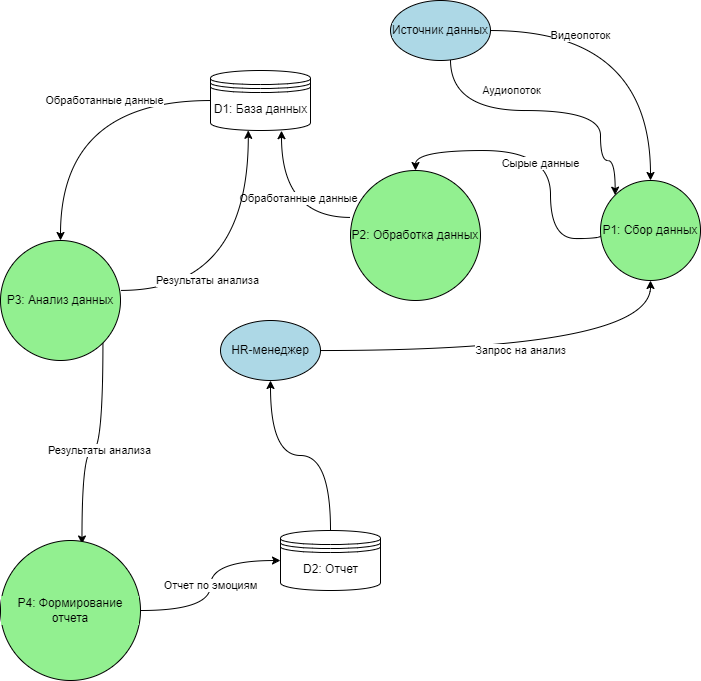
This is вкр/DFD/DFD.png from Hetsunya/diplom, a draw.io export, as it was before one commit. Source tidied: cells renumbered, new cells last; positions are measured from the earlier drawing's top-left corner, leaving out a move shared by most shapes.
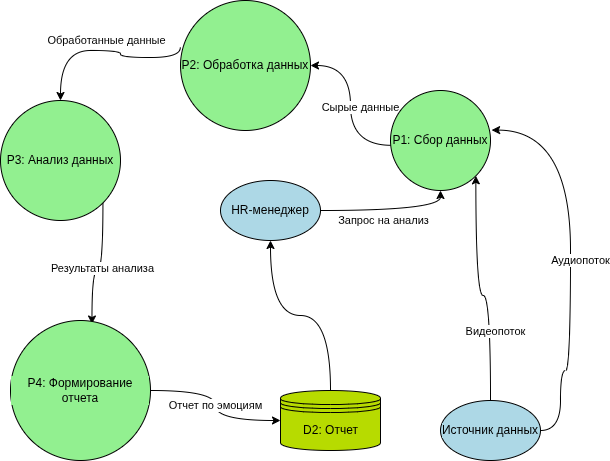
After the commit.

Diff of the diagram source:
```diff
@@ -2,37 +2,28 @@
   <root>
     <mxCell id="0" />
     <mxCell id="1" parent="0" />
-    <mxCell id="2" value="D1: База данных" style="shape=datastore;html=1;" parent="1" vertex="1">
-      <mxGeometry x="210" y="70" width="100" height="60" as="geometry" />
-    </mxCell>
-    <mxCell id="3" value="D2: Отчет" style="shape=datastore;html=1;" parent="1" vertex="1">
+    <mxCell id="3" value="D2: Отчет" style="shape=datastore;html=1;fillColor=light-dark(#b7db00, #ededed);labelBackgroundColor=light-dark(#b7db00, #ededed);" parent="1" vertex="1">
       <mxGeometry x="280" y="530" width="100" height="60" as="geometry" />
     </mxCell>
     <mxCell id="4" value="Запрос на анализ" style="edgeStyle=orthogonalEdgeStyle;html=1;curved=1;entryX=0.5;entryY=1;entryDx=0;entryDy=0;" parent="1" edge="1" source="14" target="15">
-      <mxGeometry relative="1" as="geometry" />
+      <mxGeometry x="-0.1" y="-10" relative="1" as="geometry" />
     </mxCell>
-    <mxCell id="5" value="Видеопоток" style="edgeStyle=orthogonalEdgeStyle;html=1;curved=1;entryX=0.5;entryY=0;entryDx=0;entryDy=0;" parent="1" edge="1" source="12" target="15">
+    <mxCell id="5" value="Видеопоток" style="edgeStyle=orthogonalEdgeStyle;html=1;curved=1;entryX=1;entryY=1;entryDx=0;entryDy=0;" parent="1" edge="1" source="12" target="15">
       <mxGeometry x="-0.42" y="-5" relative="1" as="geometry" />
     </mxCell>
-    <mxCell id="6" value="Сырые данные" style="edgeStyle=orthogonalEdgeStyle;html=1;curved=1;exitX=0.008;exitY=0.548;exitDx=0;exitDy=0;exitPerimeter=0;entryX=0.5;entryY=0;entryDx=0;entryDy=0;" parent="1" edge="1" source="15" target="16">
-      <mxGeometry x="-0.13" y="10" relative="1" as="geometry">
-        <Array as="points">
-          <mxPoint x="601" y="238" />
-          <mxPoint x="550" y="238" />
-          <mxPoint x="550" y="150" />
-          <mxPoint x="415" y="150" />
-        </Array>
-      </mxGeometry>
+    <mxCell id="6" value="Сырые данные" style="html=1;exitX=0.008;exitY=0.548;exitDx=0;exitDy=0;exitPerimeter=0;entryX=1;entryY=0.5;entryDx=0;entryDy=0;edgeStyle=orthogonalEdgeStyle;curved=1;" parent="1" edge="1" source="15" target="16">
+      <mxGeometry x="-0.01" y="-10" relative="1" as="geometry" />
     </mxCell>
-    <mxCell id="7" value="Обработанные данные" style="edgeStyle=orthogonalEdgeStyle;html=1;curved=1;exitX=-0.001;exitY=0.361;exitDx=0;exitDy=0;exitPerimeter=0;entryX=0.71;entryY=1.003;entryDx=0;entryDy=0;entryPerimeter=0;" parent="1" edge="1" source="16" target="2">
-      <mxGeometry x="-0.33" y="-19" relative="1" as="geometry" />
+    <mxCell id="7" value="Обработанные данные" style="edgeStyle=orthogonalEdgeStyle;html=1;curved=1;exitX=-0.001;exitY=0.361;exitDx=0;exitDy=0;exitPerimeter=0;entryX=0.5;entryY=0;entryDx=0;entryDy=0;" parent="1" edge="1" source="16" target="17">
+      <mxGeometry x="-0.02" y="-10" relative="1" as="geometry">
+        <Array as="points">
+          <mxPoint x="180" y="197" />
+          <mxPoint x="120" y="197" />
+          <mxPoint x="120" y="190" />
+          <mxPoint x="60" y="190" />
+        </Array>
+      </mxGeometry>
     </mxCell>
-    <mxCell id="8" value="Обработанные данные" style="edgeStyle=orthogonalEdgeStyle;html=1;curved=1;entryX=0.5;entryY=0;entryDx=0;entryDy=0;" parent="1" edge="1" source="2" target="17">
-      <mxGeometry x="-0.27" relative="1" as="geometry" />
-    </mxCell>
-    <mxCell id="9" value="Результаты анализа" style="edgeStyle=orthogonalEdgeStyle;html=1;curved=1;exitX=1.003;exitY=0.416;exitDx=0;exitDy=0;exitPerimeter=0;entryX=0.378;entryY=0.997;entryDx=0;entryDy=0;entryPerimeter=0;" parent="1" edge="1" source="17" target="2">
-      <mxGeometry x="-0.4" y="10" relative="1" as="geometry" />
-    </mxCell>
     <mxCell id="10" value="Результаты анализа" style="edgeStyle=orthogonalEdgeStyle;html=1;curved=1;exitX=1;exitY=1;exitDx=0;exitDy=0;entryX=0.582;entryY=0.025;entryDx=0;entryDy=0;entryPerimeter=0;" parent="1" edge="1" source="17" target="18">
       <mxGeometry relative="1" as="geometry" />
     </mxCell>
@@ -40,7 +31,7 @@
       <mxGeometry relative="1" as="geometry" />
     </mxCell>
     <mxCell id="12" value="&lt;span style=&quot;color: rgb(0, 0, 0); font-family: Helvetica; font-size: 12px; font-style: normal; font-variant-ligatures: normal; font-variant-caps: normal; font-weight: 400; letter-spacing: normal; orphans: 2; text-align: center; text-indent: 0px; text-transform: none; widows: 2; word-spacing: 0px; -webkit-text-stroke-width: 0px; white-space: normal; text-decoration-thickness: initial; text-decoration-style: initial; text-decoration-color: initial; float: none; display: inline !important;&quot;&gt;Источник данных&lt;/span&gt;" style="ellipse;whiteSpace=wrap;html=1;labelBackgroundColor=#ADD8E6;fillColor=#ADD8E6;" parent="1" vertex="1">
-      <mxGeometry x="390" width="100" height="60" as="geometry" />
+      <mxGeometry x="440" y="540" width="100" height="60" as="geometry" />
     </mxCell>
     <mxCell id="13" style="edgeStyle=orthogonalEdgeStyle;html=1;curved=1;" parent="1" edge="1" source="3" target="14">
       <mxGeometry relative="1" as="geometry" />
@@ -49,24 +40,24 @@
       <mxGeometry x="220" y="320" width="100" height="60" as="geometry" />
     </mxCell>
     <mxCell id="15" value="P1: Сбор данных" style="ellipse;whiteSpace=wrap;html=1;labelBackgroundColor=#92F090;fillColor=#92F090;" parent="1" vertex="1">
-      <mxGeometry x="600" y="180" width="100" height="100" as="geometry" />
+      <mxGeometry x="390" y="230" width="100" height="100" as="geometry" />
     </mxCell>
     <mxCell id="16" value="P2: Обработка данных" style="ellipse;whiteSpace=wrap;html=1;labelBackgroundColor=#92F090;gradientColor=none;fillColor=#92F090;" parent="1" vertex="1">
-      <mxGeometry x="350" y="170" width="130" height="130" as="geometry" />
+      <mxGeometry x="180" y="140" width="130" height="130" as="geometry" />
     </mxCell>
     <mxCell id="17" value="P3: Анализ данных" style="ellipse;whiteSpace=wrap;html=1;labelBackgroundColor=#92F090;fillColor=#92F090;" parent="1" vertex="1">
       <mxGeometry y="240" width="120" height="120" as="geometry" />
     </mxCell>
     <mxCell id="18" value="P4: Формирование отчета" style="ellipse;whiteSpace=wrap;html=1;labelBackgroundColor=#92F090;fillColor=#92F090;" parent="1" vertex="1">
-      <mxGeometry y="540" width="140" height="140" as="geometry" />
+      <mxGeometry x="10" y="460" width="140" height="140" as="geometry" />
     </mxCell>
-    <mxCell id="19" value="Аудиопоток" style="edgeStyle=orthogonalEdgeStyle;rounded=0;jettySize=auto;html=1;entryX=0;entryY=0;entryDx=0;entryDy=0;curved=1;" parent="1" edge="1" source="12" target="15">
-      <mxGeometry x="-0.26" y="20" relative="1" as="geometry">
+    <mxCell id="19" value="Аудиопоток" style="rounded=0;jettySize=auto;html=1;entryX=1.011;entryY=0.396;entryDx=0;entryDy=0;entryPerimeter=0;edgeStyle=orthogonalEdgeStyle;curved=1;exitX=1;exitY=0.5;exitDx=0;exitDy=0;" parent="1" edge="1" source="12" target="15">
+      <mxGeometry x="-0.02" y="-10" relative="1" as="geometry">
         <Array as="points">
-          <mxPoint x="450" y="110" />
-          <mxPoint x="600" y="110" />
-          <mxPoint x="600" y="160" />
-          <mxPoint x="615" y="160" />
+          <mxPoint x="560" y="570" />
+          <mxPoint x="560" y="510" />
+          <mxPoint x="570" y="510" />
+          <mxPoint x="570" y="270" />
         </Array>
       </mxGeometry>
     </mxCell>
```
